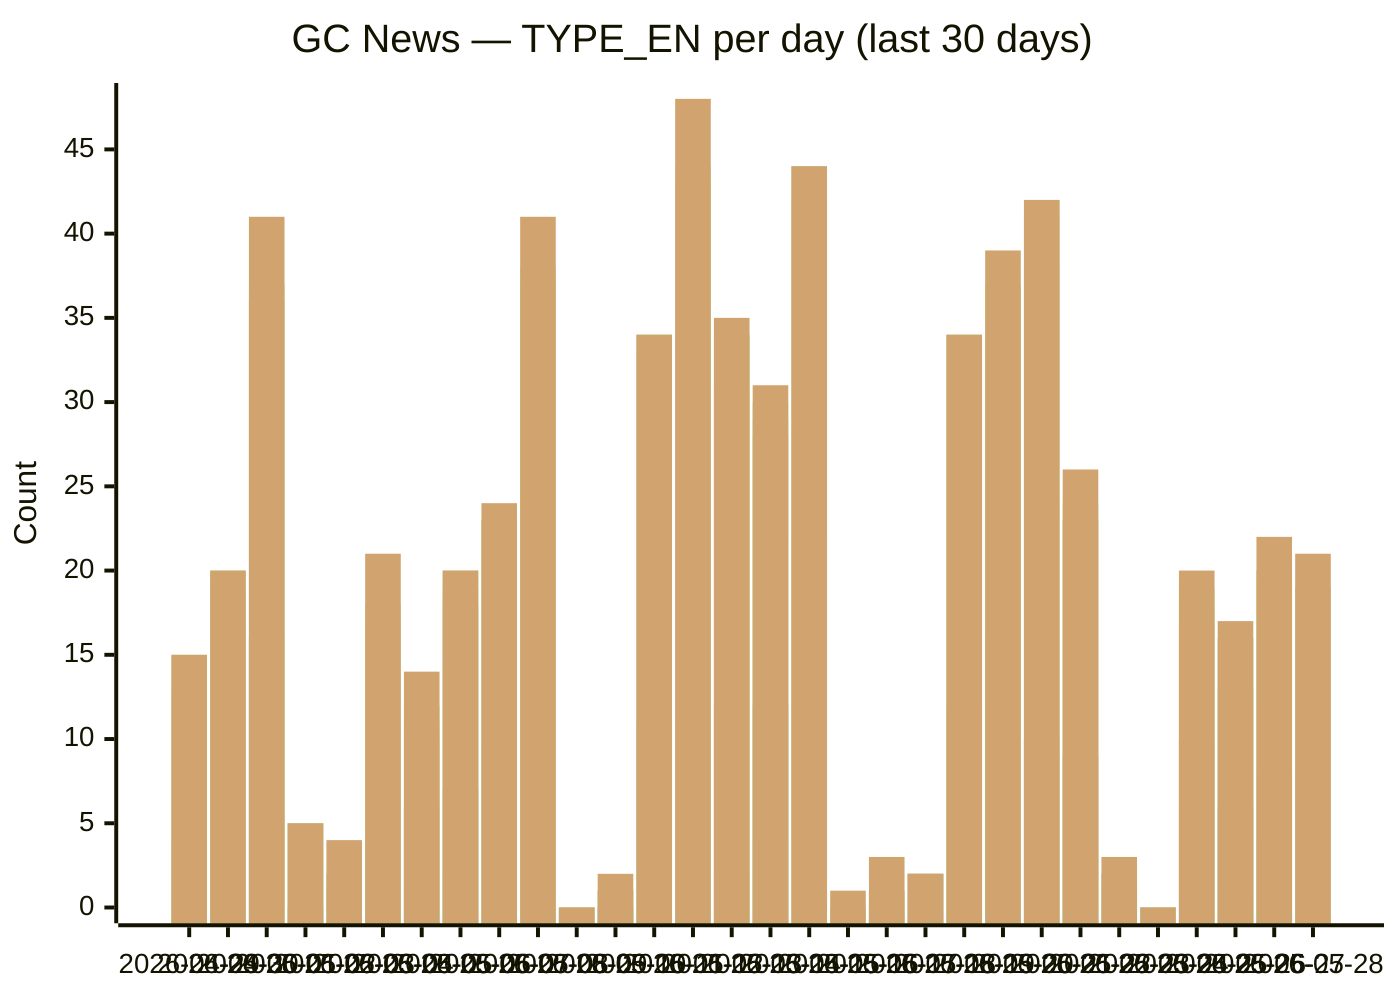
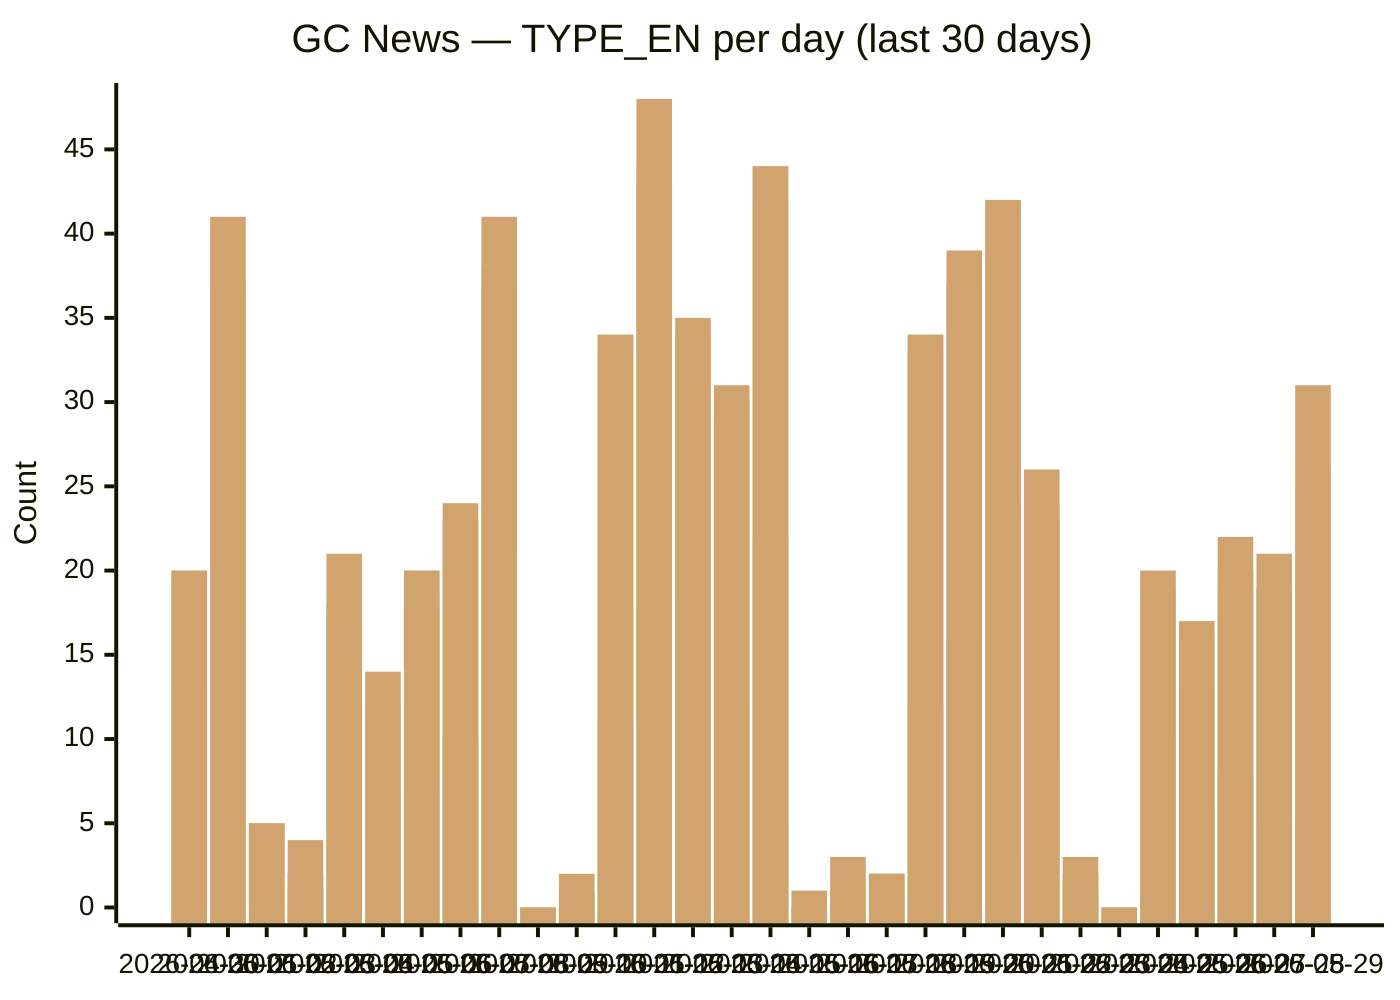
xychart-beta
  title "GC News — TYPE_EN per day (last 30 days)"
-   x-axis [2026-04-29, 2026-04-30, 2026-05-01, 2026-05-02, 2026-05-03, 2026-05-04, 2026-05-05, 2026-05-06, 2026-05-07, 2026-05-08, 2026-05-09, 2026-05-10, 2026-05-11, 2026-05-12, 2026-05-13, 2026-05-14, 2026-05-15, 2026-05-16, 2026-05-17, 2026-05-18, 2026-05-19, 2026-05-20, 2026-05-21, 2026-05-22, 2026-05-23, 2026-05-24, 2026-05-25, 2026-05-26, 2026-05-27, 2026-05-28]
+   x-axis [2026-04-30, 2026-05-01, 2026-05-02, 2026-05-03, 2026-05-04, 2026-05-05, 2026-05-06, 2026-05-07, 2026-05-08, 2026-05-09, 2026-05-10, 2026-05-11, 2026-05-12, 2026-05-13, 2026-05-14, 2026-05-15, 2026-05-16, 2026-05-17, 2026-05-18, 2026-05-19, 2026-05-20, 2026-05-21, 2026-05-22, 2026-05-23, 2026-05-24, 2026-05-25, 2026-05-26, 2026-05-27, 2026-05-28, 2026-05-29]
  y-axis "Count" 0 --> 48
-   bar backgrounders [0, 1, 1, 0, 0, 2, 1, 2, 0, 5, 0, 0, 2, 6, 2, 4, 5, 0, 0, 0, 1, 1, 3, 3, 0, 0, 6, 1, 4, 1]
-   bar "media advisories" [4, 13, 16, 0, 1, 4, 6, 7, 10, 21, 0, 0, 11, 18, 12, 12, 22, 0, 0, 2, 12, 16, 10, 9, 1, 0, 10, 6, 8, 5]
-   bar "news releases" [13, 19, 36, 5, 2, 17, 10, 18, 23, 37, 0, 1, 33, 43, 31, 28, 42, 0, 1, 2, 33, 37, 38, 23, 2, 0, 17, 13, 19, 19]
-   bar readouts [13, 19, 36, 5, 2, 17, 11, 19, 23, 37, 0, 1, 34, 43, 34, 29, 44, 0, 1, 2, 34, 37, 41, 23, 2, 0, 18, 16, 20, 19]
-   bar speeches [15, 20, 37, 5, 2, 18, 12, 20, 23, 38, 0, 1, 34, 44, 34, 30, 44, 0, 1, 2, 34, 37, 42, 24, 2, 0, 19, 16, 20, 19]
-   bar statements [15, 20, 41, 5, 4, 21, 14, 20, 24, 41, 0, 2, 34, 48, 35, 31, 44, 1, 3, 2, 34, 39, 42, 26, 3, 0, 20, 17, 22, 21]
+   bar backgrounders [1, 1, 0, 0, 2, 1, 2, 0, 5, 0, 0, 2, 6, 2, 4, 5, 0, 0, 0, 1, 1, 3, 3, 0, 0, 6, 1, 4, 1, 1]
+   bar "media advisories" [13, 16, 0, 1, 4, 6, 7, 10, 21, 0, 0, 11, 18, 12, 12, 22, 0, 0, 2, 12, 16, 10, 9, 1, 0, 10, 6, 8, 5, 5]
+   bar "news releases" [19, 36, 5, 2, 17, 10, 18, 23, 37, 0, 1, 33, 43, 31, 28, 42, 0, 1, 2, 33, 37, 38, 23, 2, 0, 17, 13, 19, 19, 24]
+   bar readouts [19, 36, 5, 2, 17, 11, 19, 23, 37, 0, 1, 34, 43, 34, 29, 44, 0, 1, 2, 34, 37, 41, 23, 2, 0, 18, 16, 20, 19, 25]
+   bar speeches [20, 37, 5, 2, 18, 12, 20, 23, 38, 0, 1, 34, 44, 34, 30, 44, 0, 1, 2, 34, 37, 42, 24, 2, 0, 19, 16, 20, 19, 26]
+   bar statements [20, 41, 5, 4, 21, 14, 20, 24, 41, 0, 2, 34, 48, 35, 31, 44, 1, 3, 2, 34, 39, 42, 26, 3, 0, 20, 17, 22, 21, 31]
